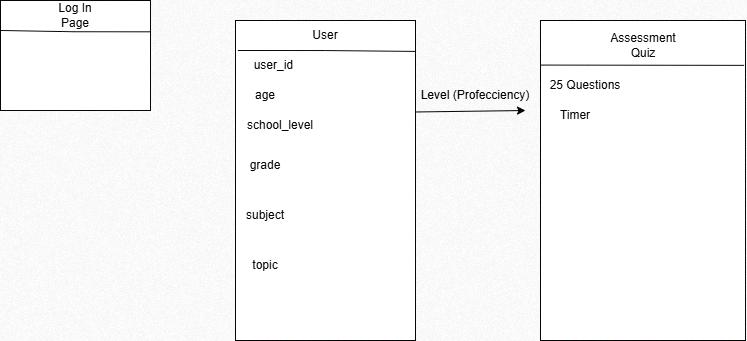
The draw.io diagram ProfessorSTEM.png in Abdulrahman-Ayman-Farid/ProfessorSTEM, before a commit. Source tidied: cells renumbered, new cells last; positions are measured from the earlier drawing's top-left corner, leaving out a move shared by most shapes.
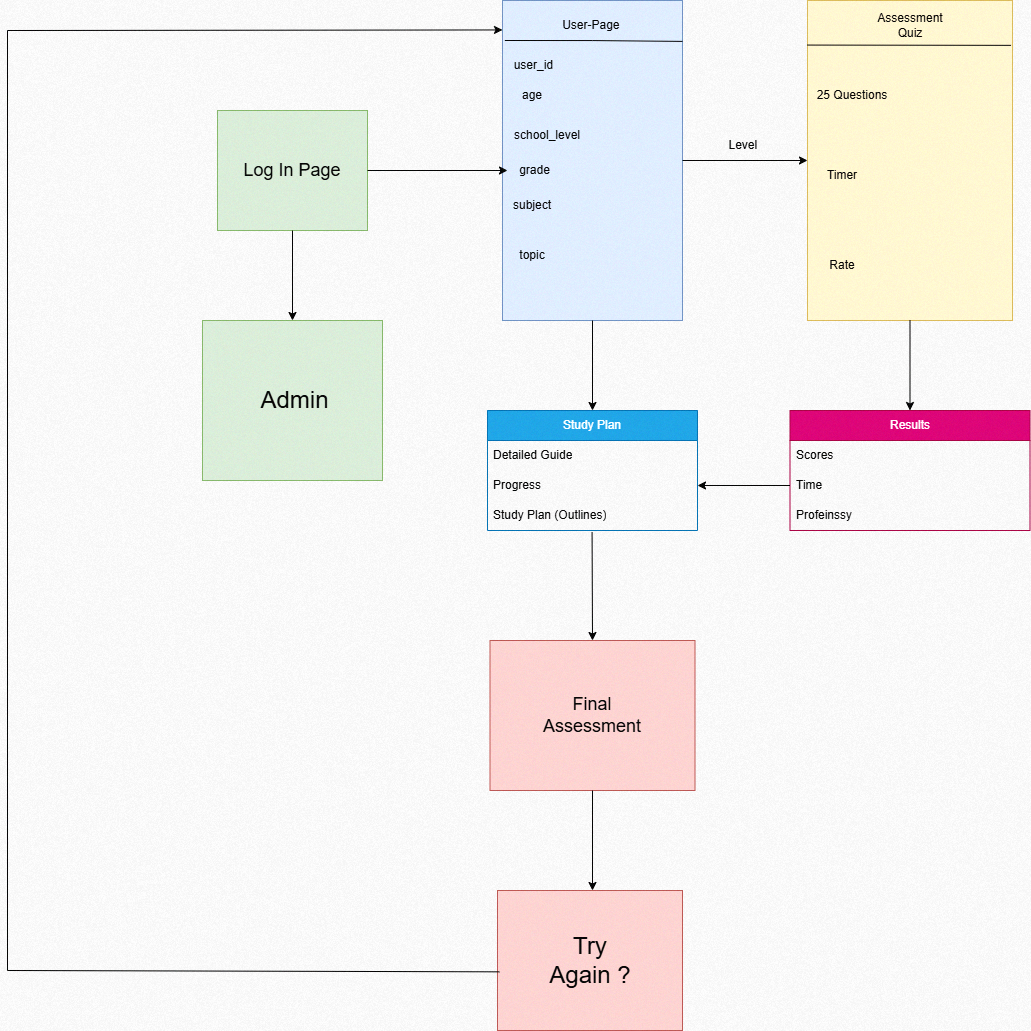
The same diagram one commit later.

Change to the diagram source:
```diff
@@ -2,77 +2,154 @@
   <root>
     <mxCell id="0" />
     <mxCell id="1" parent="0" />
-    <mxCell id="2" style="rounded=0;whiteSpace=wrap;html=1;" parent="1" vertex="1">
-      <mxGeometry width="150" height="110" as="geometry" />
+    <mxCell id="2" style="rounded=0;whiteSpace=wrap;html=1;fillColor=#d5e8d4;strokeColor=#82b366;" parent="1" vertex="1">
+      <mxGeometry x="-160" y="130" width="150" height="120" as="geometry" />
     </mxCell>
-    <mxCell id="3" value="Log In Page" style="text;html=1;align=center;verticalAlign=middle;whiteSpace=wrap;rounded=0;" parent="1" vertex="1">
-      <mxGeometry x="45" width="60" height="30" as="geometry" />
+    <mxCell id="3" value="&lt;font style=&quot;font-size: 18px;&quot;&gt;Log In Page&lt;/font&gt;" style="text;html=1;align=center;verticalAlign=middle;whiteSpace=wrap;rounded=0;" parent="1" vertex="1">
+      <mxGeometry x="-150" y="170" width="130" height="40" as="geometry" />
     </mxCell>
-    <mxCell id="4" style="rounded=0;whiteSpace=wrap;html=1;" parent="1" vertex="1">
-      <mxGeometry x="235" y="20" width="180" height="320" as="geometry" />
+    <mxCell id="4" style="rounded=0;whiteSpace=wrap;html=1;fillColor=#dae8fc;strokeColor=#6c8ebf;" parent="1" vertex="1">
+      <mxGeometry x="125" y="20" width="180" height="320" as="geometry" />
     </mxCell>
     <mxCell id="5" style="endArrow=none;html=1;rounded=0;entryX=0.013;entryY=0.133;entryDx=0;entryDy=0;entryPerimeter=0;exitX=1;exitY=0.138;exitDx=0;exitDy=0;exitPerimeter=0;" parent="1" edge="1">
       <mxGeometry relative="1" as="geometry">
-        <mxPoint x="415" y="50.9" as="sourcePoint" />
-        <mxPoint x="237.3" y="50" as="targetPoint" />
+        <mxPoint x="305" y="60.9" as="sourcePoint" />
+        <mxPoint x="127.3" y="60" as="targetPoint" />
         <Array as="points">
-          <mxPoint x="325" y="50.1" />
+          <mxPoint x="215" y="60.1" />
         </Array>
       </mxGeometry>
     </mxCell>
-    <mxCell id="6" value="User" style="text;html=1;align=center;verticalAlign=middle;whiteSpace=wrap;rounded=0;" parent="1" vertex="1">
-      <mxGeometry x="295" y="20" width="60" height="30" as="geometry" />
+    <mxCell id="6" value="User-Page&amp;nbsp;" style="text;html=1;align=center;verticalAlign=middle;whiteSpace=wrap;rounded=0;" parent="1" vertex="1">
+      <mxGeometry x="167.5" y="30" width="95" height="30" as="geometry" />
     </mxCell>
     <mxCell id="7" value="user_id&amp;nbsp;" style="text;html=1;align=center;verticalAlign=middle;whiteSpace=wrap;rounded=0;" parent="1" vertex="1">
-      <mxGeometry x="230" y="50" width="90" height="30" as="geometry" />
+      <mxGeometry x="112.5" y="70" width="90" height="30" as="geometry" />
     </mxCell>
     <mxCell id="8" value="age" style="text;html=1;align=center;verticalAlign=middle;whiteSpace=wrap;rounded=0;" parent="1" vertex="1">
-      <mxGeometry x="220" y="80" width="90" height="30" as="geometry" />
+      <mxGeometry x="110" y="100" width="90" height="30" as="geometry" />
     </mxCell>
-    <mxCell id="9" style="endArrow=none;html=1;rounded=0;entryX=0.006;entryY=0.171;entryDx=0;entryDy=0;entryPerimeter=0;exitX=1.003;exitY=0.183;exitDx=0;exitDy=0;exitPerimeter=0;" parent="1" edge="1">
-      <mxGeometry relative="1" as="geometry">
-        <mxPoint x="150" y="31.3" as="sourcePoint" />
-        <mxPoint x="0.5" y="30" as="targetPoint" />
-        <Array as="points">
-          <mxPoint x="73.4" y="31.2" />
-        </Array>
-      </mxGeometry>
-    </mxCell>
     <mxCell id="10" value="school_level" style="text;html=1;align=center;verticalAlign=middle;whiteSpace=wrap;rounded=0;" parent="1" vertex="1">
-      <mxGeometry x="235" y="110" width="90" height="30" as="geometry" />
+      <mxGeometry x="125" y="140" width="90" height="30" as="geometry" />
     </mxCell>
     <mxCell id="11" value="grade" style="text;html=1;align=center;verticalAlign=middle;whiteSpace=wrap;rounded=0;" parent="1" vertex="1">
-      <mxGeometry x="220" y="150" width="90" height="30" as="geometry" />
+      <mxGeometry x="130" y="175" width="55" height="30" as="geometry" />
     </mxCell>
-    <mxCell id="12" style="endArrow=classic;html=1;rounded=0;exitX=0.205;exitY=1.049;exitDx=0;exitDy=0;exitPerimeter=0;entryX=0.75;entryY=1;entryDx=0;entryDy=0;" parent="1" edge="1" source="13" target="13">
+    <mxCell id="12" style="endArrow=classic;html=1;rounded=0;entryX=0;entryY=0.5;entryDx=0;entryDy=0;exitX=1;exitY=0.5;exitDx=0;exitDy=0;" parent="1" edge="1" source="4" target="16">
       <mxGeometry relative="1" as="geometry" />
     </mxCell>
-    <mxCell id="13" value="Level (Profecciency)" style="text;html=1;align=center;verticalAlign=middle;whiteSpace=wrap;rounded=0;" parent="1" vertex="1">
-      <mxGeometry x="375" y="80" width="200" height="30" as="geometry" />
+    <mxCell id="13" value="Level&amp;nbsp;" style="text;html=1;align=center;verticalAlign=middle;whiteSpace=wrap;rounded=0;" parent="1" vertex="1">
+      <mxGeometry x="300" y="155" width="135" height="20" as="geometry" />
     </mxCell>
     <mxCell id="14" value="subject" style="text;html=1;align=center;verticalAlign=middle;whiteSpace=wrap;rounded=0;" parent="1" vertex="1">
-      <mxGeometry x="235" y="200" width="60" height="30" as="geometry" />
+      <mxGeometry x="125" y="210" width="60" height="30" as="geometry" />
     </mxCell>
     <mxCell id="15" value="topic" style="text;html=1;align=center;verticalAlign=middle;whiteSpace=wrap;rounded=0;" parent="1" vertex="1">
-      <mxGeometry x="235" y="250" width="60" height="30" as="geometry" />
+      <mxGeometry x="125" y="260" width="60" height="30" as="geometry" />
     </mxCell>
-    <mxCell id="16" style="rounded=0;whiteSpace=wrap;html=1;" parent="1" vertex="1">
-      <mxGeometry x="540" y="20" width="205" height="320" as="geometry" />
+    <mxCell id="16" style="rounded=0;whiteSpace=wrap;html=1;fillColor=#fff2cc;strokeColor=#d6b656;" parent="1" vertex="1">
+      <mxGeometry x="430" y="20" width="205" height="320" as="geometry" />
     </mxCell>
     <mxCell id="17" value="Assessment Quiz" style="text;html=1;align=center;verticalAlign=middle;whiteSpace=wrap;rounded=0;" parent="1" vertex="1">
-      <mxGeometry x="612.5" y="30" width="60" height="30" as="geometry" />
+      <mxGeometry x="502.5" y="30" width="60" height="30" as="geometry" />
     </mxCell>
     <mxCell id="18" style="endArrow=none;html=1;rounded=0;entryX=0.007;entryY=0.121;entryDx=0;entryDy=0;entryPerimeter=0;" parent="1" edge="1">
       <mxGeometry relative="1" as="geometry">
-        <mxPoint x="743.6" y="64.8" as="sourcePoint" />
-        <mxPoint x="540" y="64.6" as="targetPoint" />
+        <mxPoint x="633.6" y="64.8" as="sourcePoint" />
+        <mxPoint x="430" y="64.6" as="targetPoint" />
       </mxGeometry>
     </mxCell>
     <mxCell id="19" value="25 Questions" style="text;html=1;align=center;verticalAlign=middle;whiteSpace=wrap;rounded=0;" parent="1" vertex="1">
-      <mxGeometry x="540" y="70" width="90" height="30" as="geometry" />
+      <mxGeometry x="430" y="100" width="90" height="30" as="geometry" />
     </mxCell>
     <mxCell id="20" value="Timer" style="text;html=1;align=center;verticalAlign=middle;whiteSpace=wrap;rounded=0;" parent="1" vertex="1">
-      <mxGeometry x="530" y="100" width="90" height="30" as="geometry" />
+      <mxGeometry x="420" y="180" width="90" height="30" as="geometry" />
     </mxCell>
+    <mxCell id="21" value="Rate" style="text;html=1;align=center;verticalAlign=middle;whiteSpace=wrap;rounded=0;" parent="1" vertex="1">
+      <mxGeometry x="420" y="270" width="90" height="30" as="geometry" />
+    </mxCell>
+    <mxCell id="22" style="endArrow=classic;html=1;rounded=0;exitX=1;exitY=0.5;exitDx=0;exitDy=0;" parent="1" edge="1" source="2">
+      <mxGeometry relative="1" as="geometry">
+        <mxPoint x="130" y="190" as="targetPoint" />
+      </mxGeometry>
+    </mxCell>
+    <mxCell id="23" value="Results" style="swimlane;fontStyle=0;horizontal=1;startSize=30;whiteSpace=wrap;html=1;fillColor=#d80073;fontColor=#ffffff;strokeColor=#A50040;" parent="1" vertex="1">
+      <mxGeometry x="412.5" y="430" width="240" height="120" as="geometry" />
+    </mxCell>
+    <mxCell id="24" value="Scores" style="text;strokeColor=none;fillColor=none;align=left;verticalAlign=middle;spacingLeft=4;spacingRight=4;overflow=hidden;whiteSpace=wrap;html=1;" parent="23" vertex="1">
+      <mxGeometry y="30" width="240" height="30" as="geometry" />
+    </mxCell>
+    <mxCell id="25" value="Time" style="text;strokeColor=none;fillColor=none;align=left;verticalAlign=middle;spacingLeft=4;spacingRight=4;overflow=hidden;points=[[0,0.5],[1,0.5]];portConstraint=eastwest;whiteSpace=wrap;html=1;" parent="23" vertex="1">
+      <mxGeometry y="60" width="240" height="30" as="geometry" />
+    </mxCell>
+    <mxCell id="26" value="Profeinssy" style="text;strokeColor=none;fillColor=none;align=left;verticalAlign=middle;spacingLeft=4;spacingRight=4;overflow=hidden;whiteSpace=wrap;html=1;" parent="23" vertex="1">
+      <mxGeometry y="90" width="240" height="30" as="geometry" />
+    </mxCell>
+    <mxCell id="27" style="rounded=0;whiteSpace=wrap;html=1;fillColor=#d5e8d4;strokeColor=#82b366;" parent="1" vertex="1">
+      <mxGeometry x="-175" y="340" width="180" height="160" as="geometry" />
+    </mxCell>
+    <mxCell id="28" value="&lt;font style=&quot;font-size: 24px;&quot;&gt;Admin&lt;/font&gt;" style="text;html=1;align=center;verticalAlign=middle;whiteSpace=wrap;rounded=0;" parent="1" vertex="1">
+      <mxGeometry x="-160" y="400" width="155" height="40" as="geometry" />
+    </mxCell>
+    <mxCell id="29" style="endArrow=classic;html=1;rounded=0;exitX=0.5;exitY=1;exitDx=0;exitDy=0;entryX=0.5;entryY=0;entryDx=0;entryDy=0;" parent="1" edge="1" source="16" target="23">
+      <mxGeometry relative="1" as="geometry" />
+    </mxCell>
+    <mxCell id="30" style="endArrow=classic;html=1;rounded=0;exitX=0;exitY=0.5;exitDx=0;exitDy=0;entryX=1;entryY=0.5;entryDx=0;entryDy=0;" parent="1" edge="1" source="25" target="33">
+      <mxGeometry relative="1" as="geometry" />
+    </mxCell>
+    <mxCell id="31" value="Study Plan" style="swimlane;fontStyle=0;horizontal=1;startSize=30;whiteSpace=wrap;html=1;fillColor=#1ba1e2;fontColor=#ffffff;strokeColor=#006EAF;" parent="1" vertex="1">
+      <mxGeometry x="110" y="430" width="210" height="120" as="geometry" />
+    </mxCell>
+    <mxCell id="32" value="Detailed Guide" style="text;strokeColor=none;fillColor=none;align=left;verticalAlign=middle;spacingLeft=4;spacingRight=4;overflow=hidden;whiteSpace=wrap;html=1;" parent="31" vertex="1">
+      <mxGeometry y="30" width="210" height="30" as="geometry" />
+    </mxCell>
+    <mxCell id="33" value="Progress" style="text;strokeColor=none;fillColor=none;align=left;verticalAlign=middle;spacingLeft=4;spacingRight=4;overflow=hidden;points=[[0,0.5],[1,0.5]];portConstraint=eastwest;whiteSpace=wrap;html=1;" parent="31" vertex="1">
+      <mxGeometry y="60" width="210" height="30" as="geometry" />
+    </mxCell>
+    <mxCell id="34" value="Study Plan (Outlines)" style="text;strokeColor=none;fillColor=none;align=left;verticalAlign=middle;spacingLeft=4;spacingRight=4;overflow=hidden;points=[[0,0.5],[1,0.5]];portConstraint=eastwest;whiteSpace=wrap;html=1;" parent="31" vertex="1">
+      <mxGeometry y="90" width="210" height="30" as="geometry" />
+    </mxCell>
+    <mxCell id="35" style="endArrow=classic;html=1;rounded=0;exitX=0.5;exitY=1;exitDx=0;exitDy=0;entryX=0.5;entryY=0;entryDx=0;entryDy=0;" parent="1" edge="1" source="4" target="31">
+      <mxGeometry relative="1" as="geometry" />
+    </mxCell>
+    <mxCell id="36" style="endArrow=classic;html=1;rounded=0;exitX=0.5;exitY=1;exitDx=0;exitDy=0;entryX=0.5;entryY=0;entryDx=0;entryDy=0;" parent="1" edge="1" source="2" target="27">
+      <mxGeometry relative="1" as="geometry" />
+    </mxCell>
+    <mxCell id="37" style="endArrow=classic;html=1;rounded=0;exitX=0.498;exitY=1.062;exitDx=0;exitDy=0;exitPerimeter=0;entryX=0.5;entryY=0;entryDx=0;entryDy=0;" parent="1" edge="1" source="34" target="38">
+      <mxGeometry relative="1" as="geometry" />
+    </mxCell>
+    <mxCell id="38" style="rounded=0;whiteSpace=wrap;html=1;fillColor=#f8cecc;strokeColor=#b85450;" parent="1" vertex="1">
+      <mxGeometry x="112.5" y="660" width="205" height="150" as="geometry" />
+    </mxCell>
+    <mxCell id="39" value="&lt;font style=&quot;font-size: 18px;&quot;&gt;Final Assessment&lt;/font&gt;" style="text;html=1;align=center;verticalAlign=middle;whiteSpace=wrap;rounded=0;" parent="1" vertex="1">
+      <mxGeometry x="185" y="720" width="60" height="30" as="geometry" />
+    </mxCell>
+    <mxCell id="40" style="endArrow=classic;html=1;rounded=0;exitX=0.5;exitY=1;exitDx=0;exitDy=0;" parent="1" edge="1" source="38">
+      <mxGeometry relative="1" as="geometry">
+        <mxPoint x="215" y="910" as="targetPoint" />
+      </mxGeometry>
+    </mxCell>
+    <mxCell id="41" style="rounded=0;whiteSpace=wrap;html=1;fillColor=#f8cecc;strokeColor=#b85450;" parent="1" vertex="1">
+      <mxGeometry x="120" y="910" width="185" height="140" as="geometry" />
+    </mxCell>
+    <mxCell id="42" value="&lt;font style=&quot;font-size: 24px;&quot;&gt;Try Again ?&lt;/font&gt;" style="text;html=1;align=center;verticalAlign=middle;whiteSpace=wrap;rounded=0;" parent="1" vertex="1">
+      <mxGeometry x="163.8" y="965" width="97.5" height="30" as="geometry" />
+    </mxCell>
+    <mxCell id="43" style="endArrow=none;html=1;rounded=0;entryX=0.01;entryY=0.581;entryDx=0;entryDy=0;entryPerimeter=0;" parent="1" edge="1" target="41">
+      <mxGeometry relative="1" as="geometry">
+        <mxPoint x="-370" y="990" as="sourcePoint" />
+      </mxGeometry>
+    </mxCell>
+    <mxCell id="44" style="endArrow=none;html=1;rounded=0;" parent="1" edge="1">
+      <mxGeometry relative="1" as="geometry">
+        <mxPoint x="-370" y="990" as="sourcePoint" />
+        <mxPoint x="-370" y="50" as="targetPoint" />
+      </mxGeometry>
+    </mxCell>
+    <mxCell id="45" style="endArrow=classic;html=1;rounded=0;entryX=0;entryY=0.092;entryDx=0;entryDy=0;entryPerimeter=0;" parent="1" edge="1" target="4">
+      <mxGeometry relative="1" as="geometry">
+        <mxPoint x="-370" y="50" as="sourcePoint" />
+      </mxGeometry>
+    </mxCell>
   </root>
 </mxGraphModel>
```
